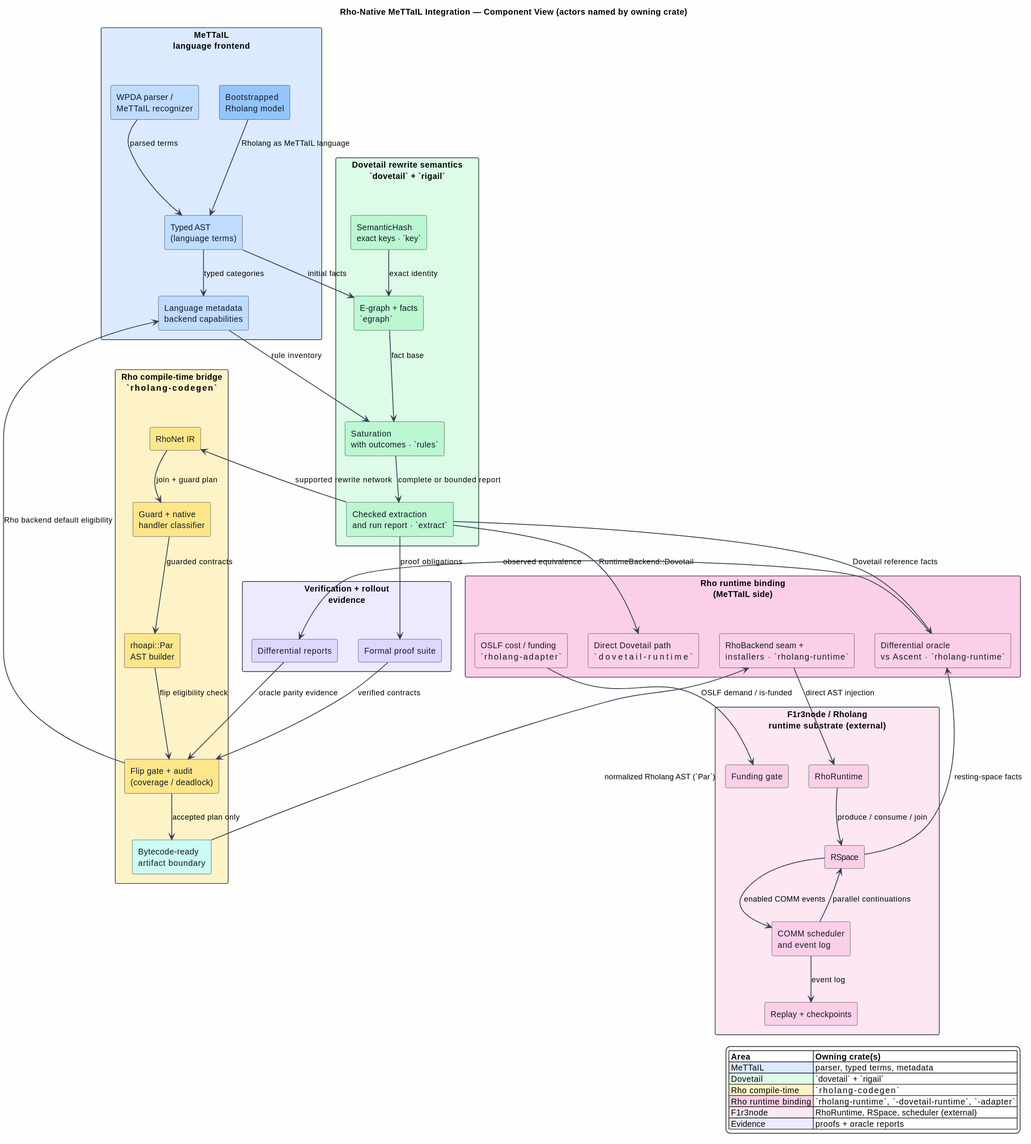
Earlier version of the PlantUML export docs/architecture/rho-native-integration/figures/README.svg (F1R3FLY-io/mettail-rust).
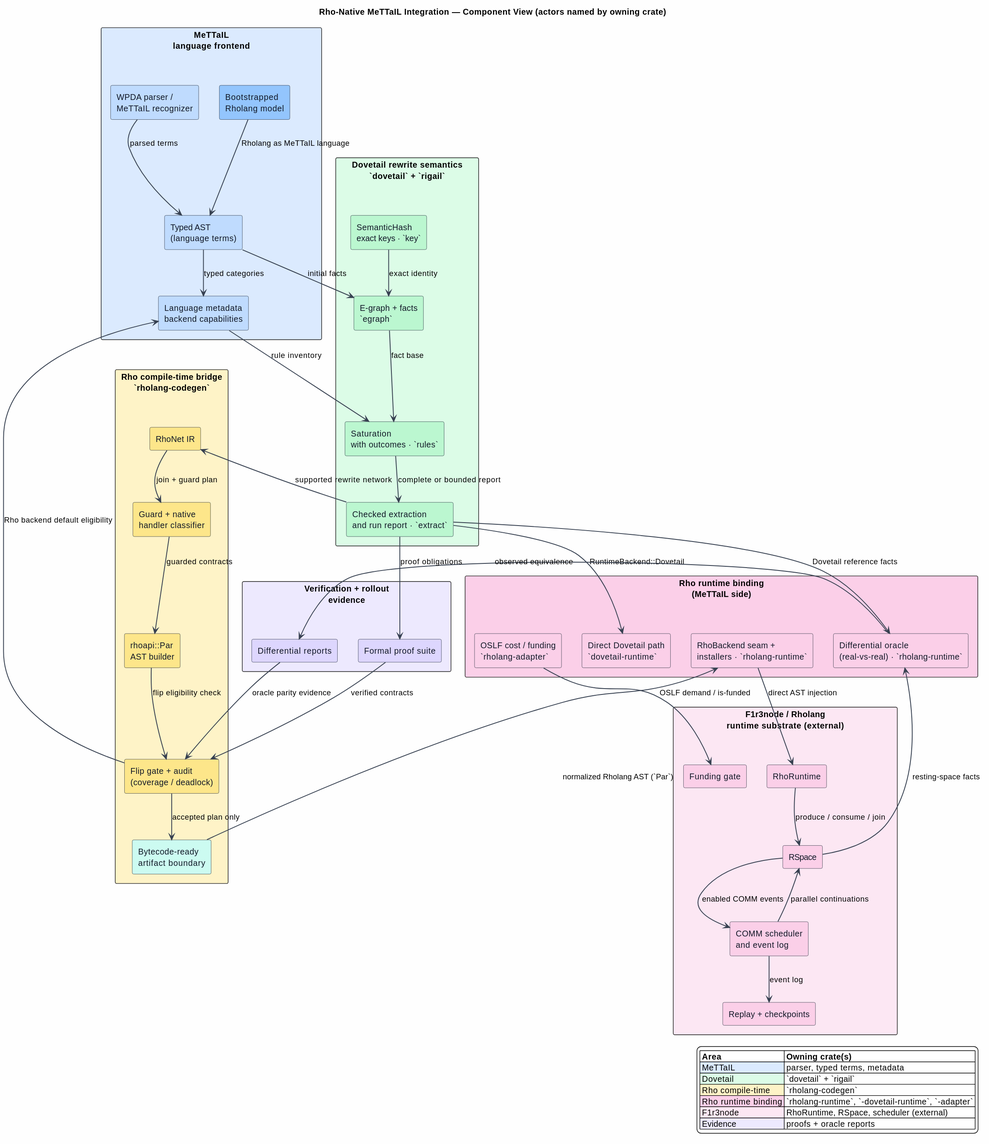
The same diagram one commit later.

What changed in the source:
```diff
@@ -25,7 +25,7 @@
   component "Checked extraction\nand run report · `extract`" as Report #BBF7D0
 }
 
-rectangle "Rho compile-time bridge\n`mettail-rho-codegen`" as B #FEF3C7 {
+rectangle "Rho compile-time bridge\n`rholang-codegen`" as B #FEF3C7 {
   component "RhoNet IR" as RhoNet #FDE68A
   component "Guard + native\nhandler classifier" as Guards #FDE68A
   component "rhoapi::Par\nAST builder" as AstBuilder #FDE68A
@@ -34,10 +34,10 @@
 }
 
 rectangle "Rho runtime binding\n(MeTTaIL side)" as R #FBCFE8 {
-  component "RhoBackend seam +\ninstallers · `mettail-rho-runtime`" as Seam #FBCFE8
-  component "Differential oracle\nvs Ascent · `mettail-rho-runtime`" as Oracle #FBCFE8
-  component "Direct Dovetail path\n`mettail-dovetail-runtime`" as DirectPath #FBCFE8
-  component "OSLF cost / funding\n`mettail-rho-adapter`" as Cost #FBCFE8
+  component "RhoBackend seam +\ninstallers · `rholang-runtime`" as Seam #FBCFE8
+  component "Differential oracle\n(real-vs-real) · `rholang-runtime`" as Oracle #FBCFE8
+  component "Direct Dovetail path\n`dovetail-runtime`" as DirectPath #FBCFE8
+  component "OSLF cost / funding\n`rholang-adapter`" as Cost #FBCFE8
 }
 
 rectangle "F1r3node / Rholang\nruntime substrate (external)" as F #FCE7F3 {
@@ -86,8 +86,8 @@
 |= Area |= Owning crate(s) |
 |<#DBEAFE> MeTTaIL | parser, typed terms, metadata |
 |<#DCFCE7> Dovetail | `dovetail` + `rigail` |
-|<#FEF3C7> Rho compile-time | `mettail-rho-codegen` |
-|<#FBCFE8> Rho runtime binding | `mettail-rho-runtime`, `-dovetail-runtime`, `-adapter` |
+|<#FEF3C7> Rho compile-time | `rholang-codegen` |
+|<#FBCFE8> Rho runtime binding | `rholang-runtime`, `-dovetail-runtime`, `-adapter` |
 |<#FCE7F3> F1r3node | RhoRuntime, RSpace, scheduler (external) |
 |<#EDE9FE> Evidence | proofs + oracle reports |
 endlegend
```
